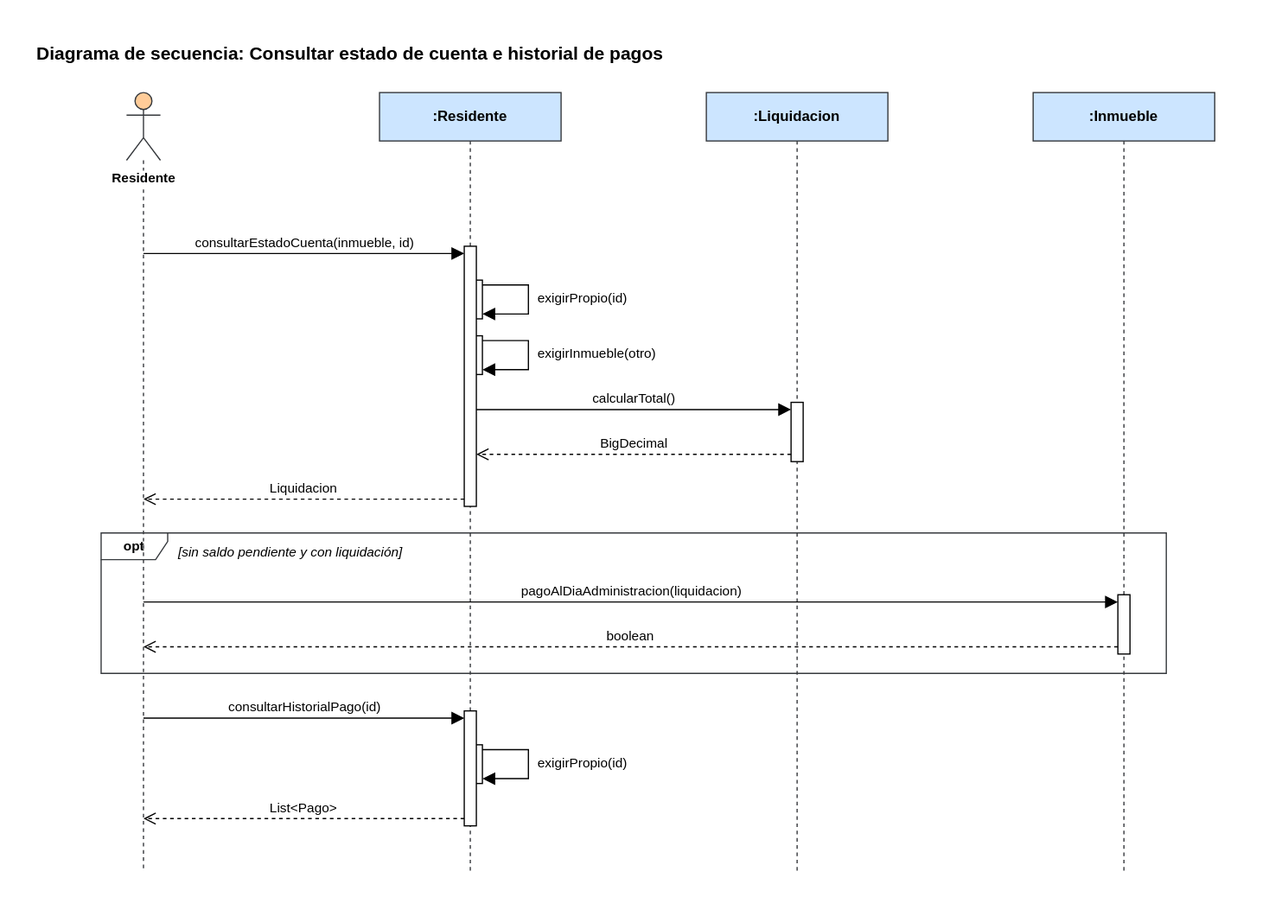
The draw.io diagram Diagramas/Secuencia/consultar-estado-de-cuenta-e-historial-de-pagos.svg in manuel20051208/HorizontalSoftware-Back-End, before a commit. Source tidied: cells renumbered, new cells last; positions are measured from the earlier drawing's top-left corner, leaving out a move shared by most shapes.
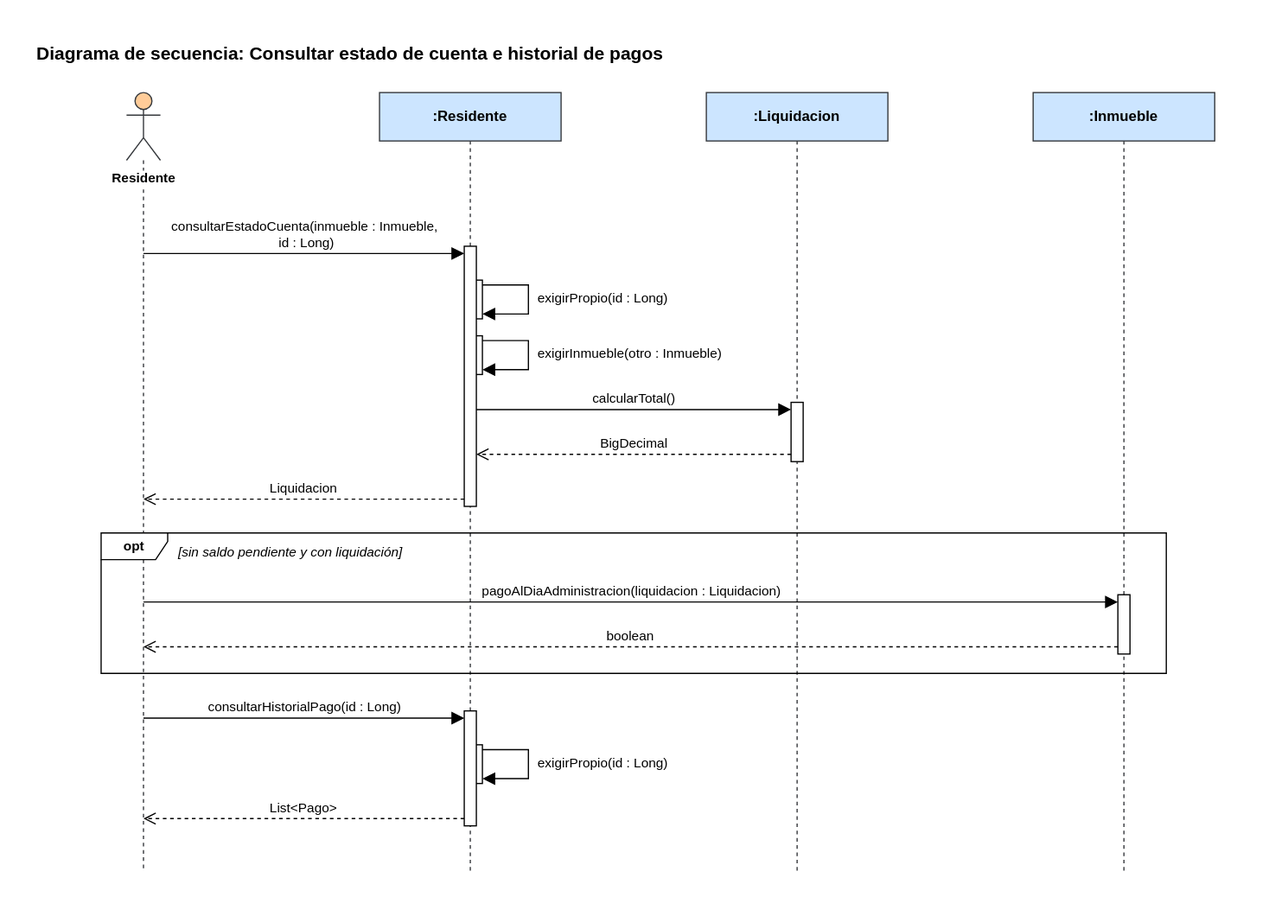
Later version of the same file.

What changed in the source:
```diff
@@ -38,7 +38,7 @@
     <mxCell id="13" style="html=1;points=[];perimeter=orthogonalPerimeter;fillColor=#ffffff;strokeColor=#000000;" parent="1" vertex="1">
       <mxGeometry x="355" y="559" width="10" height="95" as="geometry" />
     </mxCell>
-    <mxCell id="14" value="consultarEstadoCuenta(inmueble, id)" style="html=1;verticalAlign=bottom;rounded=0;fontSize=11;strokeColor=#000000;endArrow=block;endFill=1;endSize=8;exitX=0.5000;exitY=0.2065;exitDx=0;exitDy=0;exitPerimeter=0;entryX=0.0000;entryY=0.0279;entryDx=0;entryDy=0;entryPerimeter=0;" parent="1" edge="1" source="3" target="10">
+    <mxCell id="14" value="consultarEstadoCuenta(inmueble : Inmueble,&lt;div&gt;&amp;nbsp;id : Long)&lt;/div&gt;" style="html=1;verticalAlign=bottom;rounded=0;fontSize=11;strokeColor=#000000;endArrow=block;endFill=1;endSize=8;exitX=0.5000;exitY=0.2065;exitDx=0;exitDy=0;exitPerimeter=0;entryX=0.0000;entryY=0.0279;entryDx=0;entryDy=0;entryPerimeter=0;" parent="1" edge="1" source="3" target="10">
       <mxGeometry relative="1" as="geometry" />
     </mxCell>
     <mxCell id="15" style="html=1;rounded=0;endArrow=block;endFill=1;endSize=8;strokeColor=#000000;exitX=1.0000;exitY=0.1250;exitDx=0;exitDy=0;exitPerimeter=0;entryX=1.0000;entryY=0.8750;entryDx=0;entryDy=0;entryPerimeter=0;" parent="1" edge="1" source="7" target="7">
@@ -66,13 +66,13 @@
     <mxCell id="19" value="Liquidacion" style="html=1;verticalAlign=bottom;rounded=0;fontSize=11;strokeColor=#000000;dashed=1;endArrow=open;endFill=0;endSize=8;exitX=0.0000;exitY=0.9721;exitDx=0;exitDy=0;exitPerimeter=0;entryX=0.5000;entryY=0.5217;entryDx=0;entryDy=0;entryPerimeter=0;" parent="1" edge="1" source="10" target="3">
       <mxGeometry relative="1" as="geometry" />
     </mxCell>
-    <mxCell id="20" value="pagoAlDiaAdministracion(liquidacion)" style="html=1;verticalAlign=bottom;rounded=0;fontSize=11;strokeColor=#000000;endArrow=block;endFill=1;endSize=8;exitX=0.5000;exitY=0.6537;exitDx=0;exitDy=0;exitPerimeter=0;entryX=0.0000;entryY=0.1224;entryDx=0;entryDy=0;entryPerimeter=0;" parent="1" edge="1" source="3" target="11">
+    <mxCell id="20" value="pagoAlDiaAdministracion(liquidacion : Liquidacion)" style="html=1;verticalAlign=bottom;rounded=0;fontSize=11;strokeColor=#000000;endArrow=block;endFill=1;endSize=8;exitX=0.5000;exitY=0.6537;exitDx=0;exitDy=0;exitPerimeter=0;entryX=0.0000;entryY=0.1224;entryDx=0;entryDy=0;entryPerimeter=0;" parent="1" edge="1" source="3" target="11">
       <mxGeometry relative="1" as="geometry" />
     </mxCell>
     <mxCell id="21" value="boolean" style="html=1;verticalAlign=bottom;rounded=0;fontSize=11;strokeColor=#000000;dashed=1;endArrow=open;endFill=0;endSize=8;exitX=0.0000;exitY=0.8776;exitDx=0;exitDy=0;exitPerimeter=0;entryX=0.5000;entryY=0.7112;entryDx=0;entryDy=0;entryPerimeter=0;" parent="1" edge="1" source="11" target="3">
       <mxGeometry relative="1" as="geometry" />
     </mxCell>
-    <mxCell id="22" value="consultarHistorialPago(id)" style="html=1;verticalAlign=bottom;rounded=0;fontSize=11;strokeColor=#000000;endArrow=block;endFill=1;endSize=8;exitX=0.5000;exitY=0.8028;exitDx=0;exitDy=0;exitPerimeter=0;entryX=0.0000;entryY=0.0632;entryDx=0;entryDy=0;entryPerimeter=0;" parent="1" edge="1" source="3" target="13">
+    <mxCell id="22" value="consultarHistorialPago(id : Long)" style="html=1;verticalAlign=bottom;rounded=0;fontSize=11;strokeColor=#000000;endArrow=block;endFill=1;endSize=8;exitX=0.5000;exitY=0.8028;exitDx=0;exitDy=0;exitPerimeter=0;entryX=0.0000;entryY=0.0632;entryDx=0;entryDy=0;entryPerimeter=0;" parent="1" edge="1" source="3" target="13">
       <mxGeometry relative="1" as="geometry" />
     </mxCell>
     <mxCell id="23" style="html=1;rounded=0;endArrow=block;endFill=1;endSize=8;strokeColor=#000000;exitX=1.0000;exitY=0.1250;exitDx=0;exitDy=0;exitPerimeter=0;entryX=1.0000;entryY=0.8750;entryDx=0;entryDy=0;entryPerimeter=0;" parent="1" edge="1" source="12" target="12">
@@ -86,16 +86,16 @@
     <mxCell id="24" value="List&amp;lt;Pago&amp;gt;" style="html=1;verticalAlign=bottom;rounded=0;fontSize=11;strokeColor=#000000;dashed=1;endArrow=open;endFill=0;endSize=8;exitX=0.0000;exitY=0.9368;exitDx=0;exitDy=0;exitPerimeter=0;entryX=0.5000;entryY=0.9317;entryDx=0;entryDy=0;entryPerimeter=0;" parent="1" edge="1" source="13" target="3">
       <mxGeometry relative="1" as="geometry" />
     </mxCell>
-    <mxCell id="25" value="exigirPropio(id)" style="text;html=1;align=left;verticalAlign=top;whiteSpace=wrap;overflow=hidden;fontSize=11;" parent="1" vertex="1">
+    <mxCell id="25" value="exigirPropio(id : Long)" style="text;html=1;align=left;verticalAlign=top;whiteSpace=wrap;overflow=hidden;fontSize=11;" parent="1" vertex="1">
       <mxGeometry x="414" y="205" width="185" height="28" as="geometry" />
     </mxCell>
-    <mxCell id="26" value="exigirInmueble(otro)" style="text;html=1;align=left;verticalAlign=top;whiteSpace=wrap;overflow=hidden;fontSize=11;" parent="1" vertex="1">
+    <mxCell id="26" value="exigirInmueble(otro : Inmueble)" style="text;html=1;align=left;verticalAlign=top;whiteSpace=wrap;overflow=hidden;fontSize=11;" parent="1" vertex="1">
       <mxGeometry x="414" y="251" width="185" height="28" as="geometry" />
     </mxCell>
-    <mxCell id="27" value="exigirPropio(id)" style="text;html=1;align=left;verticalAlign=top;whiteSpace=wrap;overflow=hidden;fontSize=11;" parent="1" vertex="1">
+    <mxCell id="27" value="exigirPropio(id : Long)" style="text;html=1;align=left;verticalAlign=top;whiteSpace=wrap;overflow=hidden;fontSize=11;" parent="1" vertex="1">
       <mxGeometry x="414" y="589" width="185" height="28" as="geometry" />
     </mxCell>
-    <mxCell id="28" value="opt" style="shape=umlFrame;whiteSpace=wrap;html=1;fillColor=none;strokeColor=#36393d;fontStyle=1;fontSize=11;width=55;height=22;" parent="1" vertex="1">
+    <mxCell id="28" value="opt" style="shape=umlFrame;whiteSpace=wrap;html=1;fontStyle=1;fontSize=11;width=55;height=22;" parent="1" vertex="1">
       <mxGeometry x="55" y="412" width="880" height="116" as="geometry" />
     </mxCell>
     <mxCell id="29" value="[sin saldo pendiente y con liquidación]" style="text;html=1;align=left;verticalAlign=top;whiteSpace=wrap;fontSize=11;fontStyle=2;" parent="1" vertex="1">
```
